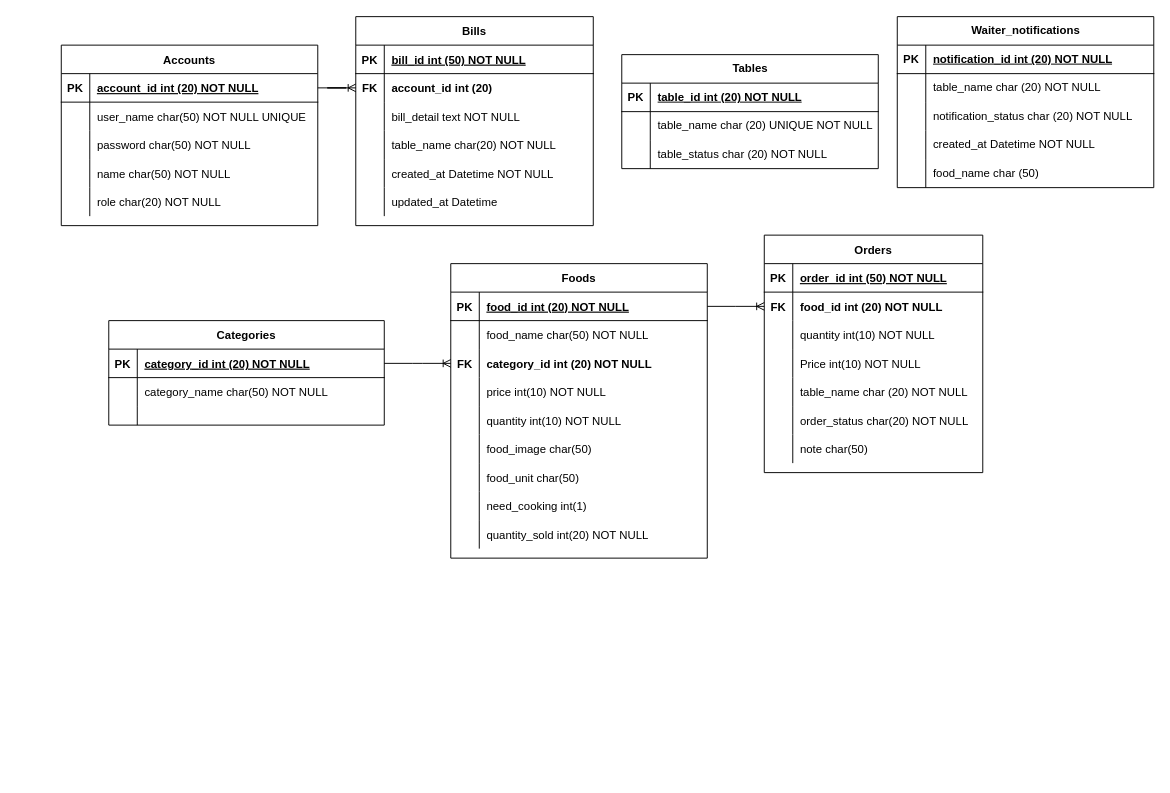
This is Database.drawio from damvuong02/DoAnDocument, a draw.io file, before an edit. Source tidied: cells renumbered, new cells numbered last; positions are measured from the earlier drawing's top-left corner, leaving out a move shared by most shapes. Both pictures are drawn from the tidied source at 95%, with x=0, y=0 at pixel (61, -207).
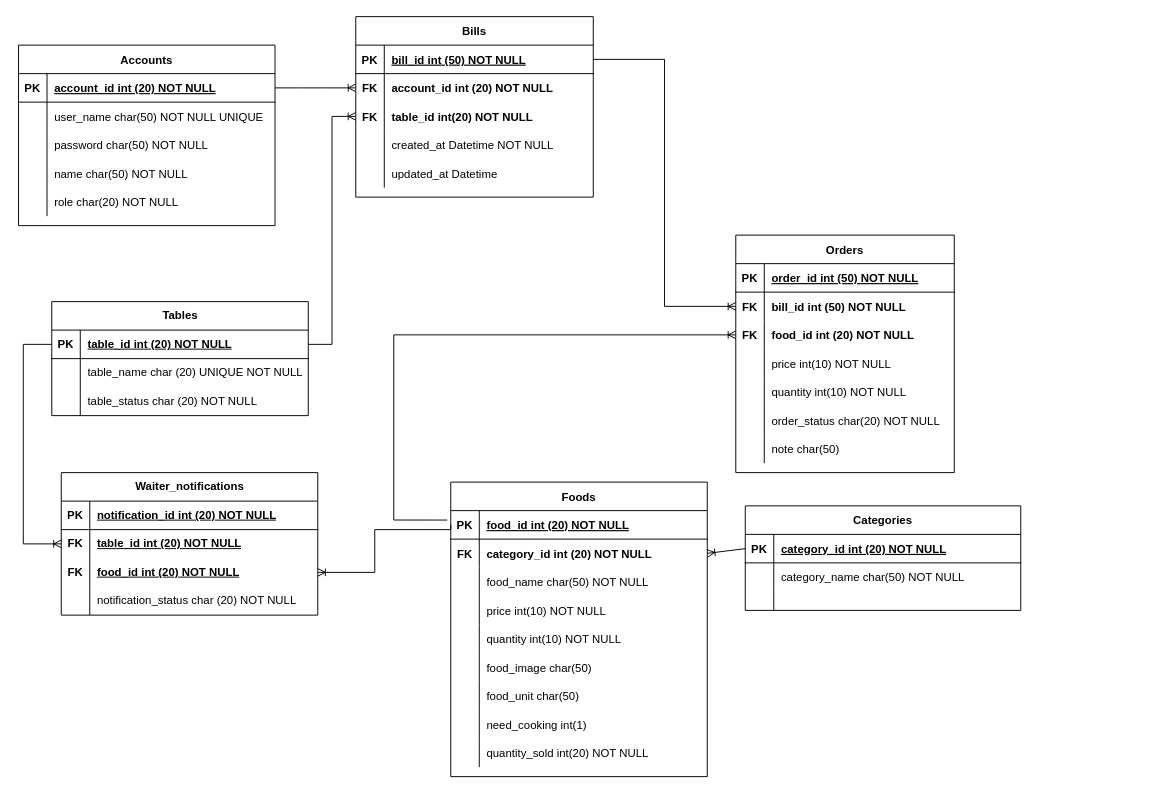
After the change.

The change refers to these unchanged cells:
```xml
<mxCell id="19" style="shape=partialRectangle;fillColor=none;points=[[0,0.5],[1,0.5]];portConstraint=eastwest;top=0;left=0;right=0;bottom=1;" parent="18" vertex="1">
  <mxGeometry y="30" width="290" height="30" as="geometry" />
</mxCell>
<mxCell id="29" style="shape=partialRectangle;fillColor=none;points=[[0,0.5],[1,0.5]];portConstraint=eastwest;top=0;left=0;right=0;bottom=1;" parent="28" vertex="1">
  <mxGeometry y="30" width="270" height="30" as="geometry" />
</mxCell>
<mxCell id="32" style="shape=partialRectangle;fillColor=none;points=[[0,0.5],[1,0.5]];portConstraint=eastwest;top=0;left=0;right=0;bottom=0;" parent="28" vertex="1">
  <mxGeometry y="60" width="270" height="30" as="geometry" />
</mxCell>
<mxCell id="35" style="shape=partialRectangle;fillColor=none;points=[[0,0.5],[1,0.5]];portConstraint=eastwest;top=0;left=0;right=0;bottom=0;" parent="28" vertex="1">
  <mxGeometry y="90" width="270" height="30" as="geometry" />
</mxCell>
<mxCell id="58" style="shape=partialRectangle;fillColor=none;points=[[0,0.5],[1,0.5]];portConstraint=eastwest;top=0;left=0;right=0;bottom=1;" parent="57" vertex="1">
  <mxGeometry y="30" width="250" height="30" as="geometry" />
</mxCell>
<mxCell id="61" style="shape=partialRectangle;fillColor=none;points=[[0,0.5],[1,0.5]];portConstraint=eastwest;top=0;left=0;right=0;bottom=0;" parent="57" vertex="1">
  <mxGeometry y="60" width="250" height="30" as="geometry" />
</mxCell>
<mxCell id="64" style="shape=partialRectangle;fillColor=none;points=[[0,0.5],[1,0.5]];portConstraint=eastwest;top=0;left=0;right=0;bottom=0;" parent="57" vertex="1">
  <mxGeometry y="90" width="250" height="30" as="geometry" />
</mxCell>
<mxCell id="78" style="shape=tableRow;horizontal=0;startSize=0;swimlaneHead=0;swimlaneBody=0;fillColor=none;points=[[0,0.5],[1,0.5]];portConstraint=eastwest;top=0;left=0;right=0;bottom=1;" parent="77" vertex="1">
  <mxGeometry y="30" width="270" height="30" as="geometry" />
</mxCell>
<mxCell id="91" style="shape=partialRectangle;fillColor=none;points=[[0,0.5],[1,0.5]];portConstraint=eastwest;top=0;left=0;right=0;bottom=0;" parent="87" vertex="1">
  <mxGeometry y="60" width="230" height="30" as="geometry" />
</mxCell>
<mxCell id="94" style="shape=partialRectangle;fillColor=none;points=[[0,0.5],[1,0.5]];portConstraint=eastwest;top=0;left=0;right=0;bottom=0;" parent="87" vertex="1">
  <mxGeometry y="90" width="230" height="30" as="geometry" />
</mxCell>
<mxCell id="97" style="shape=partialRectangle;fillColor=none;top=0;left=0;right=0;bottom=0;" parent="87" vertex="1">
  <mxGeometry y="120" width="230" height="30" as="geometry" />
</mxCell>
<mxCell id="114" style="shape=tableRow;horizontal=0;startSize=0;swimlaneHead=0;swimlaneBody=0;fillColor=none;points=[[0,0.5],[1,0.5]];portConstraint=eastwest;top=0;left=0;right=0;bottom=0;" parent="110" vertex="1">
  <mxGeometry y="60" width="270" height="30" as="geometry" />
</mxCell>
<mxCell id="117" style="shape=tableRow;horizontal=0;startSize=0;swimlaneHead=0;swimlaneBody=0;fillColor=none;points=[[0,0.5],[1,0.5]];portConstraint=eastwest;top=0;left=0;right=0;bottom=0;" parent="110" vertex="1">
  <mxGeometry y="90" width="270" height="30" as="geometry" />
</mxCell>
<mxCell id="120" style="shape=tableRow;horizontal=0;startSize=0;swimlaneHead=0;swimlaneBody=0;fillColor=none;top=0;left=0;right=0;bottom=0;" parent="110" vertex="1">
  <mxGeometry y="120" width="270" height="30" as="geometry" />
</mxCell>
```

Diff of the diagram source:
```diff
@@
     <mxCell id="2" value="Accounts" style="shape=table;startSize=30;childLayout=tableLayout;rowLines=0;fontStyle=1;align=center;" parent="1" vertex="1">
-      <mxGeometry y="265" width="270" height="190" as="geometry" />
+      <mxGeometry x="-45" y="265" width="270" height="190" as="geometry" />
     </mxCell>
@@
     <mxCell id="18" value="Categories" style="shape=table;startSize=30;childLayout=tableLayout;rowLines=0;fontStyle=1;align=center;" parent="1" vertex="1">
-      <mxGeometry x="50" y="555" width="290" height="110" as="geometry" />
+      <mxGeometry x="720" y="750" width="290" height="110" as="geometry" />
     </mxCell>
@@
     <mxCell id="28" value="Foods" style="shape=table;startSize=30;childLayout=tableLayout;rowLines=0;fontStyle=1;align=center;" parent="1" vertex="1">
-      <mxGeometry x="410" y="495" width="270" height="310" as="geometry" />
+      <mxGeometry x="410" y="725" width="270" height="310" as="geometry" />
     </mxCell>
@@
-    <mxCell id="33" style="shape=partialRectangle;overflow=hidden;fillColor=none;top=0;left=0;bottom=0;right=0;" parent="32" vertex="1">
+    <mxCell id="33" value="FK" style="shape=partialRectangle;overflow=hidden;fillColor=none;top=0;left=0;bottom=0;right=0;fontStyle=1;" parent="32" vertex="1">
       <mxGeometry width="30" height="30" as="geometry" />
     </mxCell>
-    <mxCell id="34" value="food_name char(50) NOT NULL" style="shape=partialRectangle;overflow=hidden;fillColor=none;top=0;left=0;bottom=0;right=0;align=left;spacingLeft=6;" parent="32" vertex="1">
+    <mxCell id="34" value="category_id int (20) NOT NULL" style="shape=partialRectangle;overflow=hidden;fillColor=none;top=0;left=0;bottom=0;right=0;align=left;spacingLeft=6;fontStyle=1;" parent="32" vertex="1">
       <mxGeometry x="30" width="240" height="30" as="geometry" />
     </mxCell>
@@
-    <mxCell id="36" value="FK" style="shape=partialRectangle;overflow=hidden;fillColor=none;top=0;left=0;bottom=0;right=0;fontStyle=1;" parent="35" vertex="1">
+    <mxCell id="36" style="shape=partialRectangle;overflow=hidden;fillColor=none;top=0;left=0;bottom=0;right=0;fontStyle=1;" parent="35" vertex="1">
       <mxGeometry width="30" height="30" as="geometry" />
     </mxCell>
-    <mxCell id="37" value="category_id int (20) NOT NULL" style="shape=partialRectangle;overflow=hidden;fillColor=none;top=0;left=0;bottom=0;right=0;align=left;spacingLeft=6;fontStyle=1;" parent="35" vertex="1">
+    <mxCell id="37" value="food_name char(50) NOT NULL" style="shape=partialRectangle;overflow=hidden;fillColor=none;top=0;left=0;bottom=0;right=0;align=left;spacingLeft=6;fontStyle=0;" parent="35" vertex="1">
       <mxGeometry x="30" width="240" height="30" as="geometry" />
     </mxCell>
@@
-    <mxCell id="56" style="edgeStyle=entityRelationEdgeStyle;fontSize=12;html=1;endArrow=ERoneToMany;rounded=0;exitX=1;exitY=0.5;exitDx=0;exitDy=0;entryX=0;entryY=0.5;entryDx=0;entryDy=0;" parent="1" edge="1" source="19" target="35">
-      <mxGeometry relative="1" as="geometry">
-        <Array as="points">
-          <mxPoint x="360" y="735" />
-        </Array>
-      </mxGeometry>
-    </mxCell>
     <mxCell id="57" value="Bills" style="shape=table;startSize=30;childLayout=tableLayout;rowLines=0;fontStyle=1;align=center;" parent="1" vertex="1">
-      <mxGeometry x="310" y="235" width="250" height="220" as="geometry" />
+      <mxGeometry x="310" y="235" width="250" height="190" as="geometry" />
     </mxCell>
@@
-    <mxCell id="63" value="account_id int (20)" style="shape=partialRectangle;overflow=hidden;fillColor=none;top=0;left=0;bottom=0;right=0;align=left;spacingLeft=6;fontStyle=1;" parent="61" vertex="1">
+    <mxCell id="63" value="account_id int (20) NOT NULL" style="shape=partialRectangle;overflow=hidden;fillColor=none;top=0;left=0;bottom=0;right=0;align=left;spacingLeft=6;fontStyle=1;" parent="61" vertex="1">
       <mxGeometry x="30" width="220" height="30" as="geometry" />
     </mxCell>
@@
-    <mxCell id="65" style="shape=partialRectangle;overflow=hidden;fillColor=none;top=0;left=0;bottom=0;right=0;" parent="64" vertex="1">
+    <mxCell id="65" value="FK" style="shape=partialRectangle;overflow=hidden;fillColor=none;top=0;left=0;bottom=0;right=0;fontStyle=1;" parent="64" vertex="1">
       <mxGeometry width="30" height="30" as="geometry" />
     </mxCell>
-    <mxCell id="66" value="bill_detail text NOT NULL" style="shape=partialRectangle;overflow=hidden;fillColor=none;top=0;left=0;bottom=0;right=0;align=left;spacingLeft=6;" parent="64" vertex="1">
+    <mxCell id="66" value="table_id int(20) NOT NULL" style="shape=partialRectangle;overflow=hidden;fillColor=none;top=0;left=0;bottom=0;right=0;align=left;spacingLeft=6;fontStyle=1;" parent="64" vertex="1">
       <mxGeometry x="30" width="220" height="30" as="geometry" />
     </mxCell>
-    <mxCell id="67" style="shape=partialRectangle;fillColor=none;top=0;left=0;right=0;bottom=0;" parent="57" vertex="1">
-      <mxGeometry y="120" width="250" height="30" as="geometry" />
-    </mxCell>
-    <mxCell id="68" style="shape=partialRectangle;overflow=hidden;fillColor=none;top=0;left=0;bottom=0;right=0;fontStyle=1;" parent="67" vertex="1">
-      <mxGeometry width="30" height="30" as="geometry" />
-    </mxCell>
-    <mxCell id="69" value="table_name char(20) NOT NULL" style="shape=partialRectangle;overflow=hidden;fillColor=none;top=0;left=0;bottom=0;right=0;align=left;spacingLeft=6;fontStyle=0;" parent="67" vertex="1">
-      <mxGeometry x="30" width="220" height="30" as="geometry" />
-    </mxCell>
     <mxCell id="70" style="shape=partialRectangle;fillColor=none;top=0;left=0;right=0;bottom=0;" parent="57" vertex="1">
-      <mxGeometry y="150" width="250" height="30" as="geometry" />
+      <mxGeometry y="120" width="250" height="30" as="geometry" />
     </mxCell>
@@
     <mxCell id="73" style="shape=partialRectangle;fillColor=none;top=0;left=0;right=0;bottom=0;" parent="57" vertex="1">
-      <mxGeometry y="180" width="250" height="30" as="geometry" />
+      <mxGeometry y="150" width="250" height="30" as="geometry" />
     </mxCell>
@@
     <mxCell id="77" value="Tables" style="shape=table;startSize=30;childLayout=tableLayout;rowLines=0;fontStyle=1;align=center;html=1;" parent="1" vertex="1">
-      <mxGeometry x="590" y="275" width="270" height="120" as="geometry" />
+      <mxGeometry x="-10" y="535" width="270" height="120" as="geometry" />
     </mxCell>
@@
     <mxCell id="87" value="Orders" style="shape=table;startSize=30;childLayout=tableLayout;rowLines=0;fontStyle=1;align=center;" parent="1" vertex="1">
-      <mxGeometry x="740" y="465" width="230" height="250" as="geometry" />
+      <mxGeometry x="710" y="465" width="230" height="250" as="geometry" />
     </mxCell>
@@
-    <mxCell id="93" value="food_id int (20) NOT NULL" style="shape=partialRectangle;overflow=hidden;fillColor=none;top=0;left=0;bottom=0;right=0;align=left;spacingLeft=6;fontStyle=1;" parent="91" vertex="1">
+    <mxCell id="93" value="bill_id int (50) NOT NULL" style="shape=partialRectangle;overflow=hidden;fillColor=none;top=0;left=0;bottom=0;right=0;align=left;spacingLeft=6;fontStyle=1;" parent="91" vertex="1">
       <mxGeometry x="30" width="200" height="30" as="geometry" />
     </mxCell>
@@
-    <mxCell id="95" style="shape=partialRectangle;overflow=hidden;fillColor=none;top=0;left=0;bottom=0;right=0;" parent="94" vertex="1">
+    <mxCell id="95" value="FK" style="shape=partialRectangle;overflow=hidden;fillColor=none;top=0;left=0;bottom=0;right=0;fontStyle=1;" parent="94" vertex="1">
       <mxGeometry width="30" height="30" as="geometry" />
     </mxCell>
-    <mxCell id="96" value="quantity int(10) NOT NULL" style="shape=partialRectangle;overflow=hidden;fillColor=none;top=0;left=0;bottom=0;right=0;align=left;spacingLeft=6;" parent="94" vertex="1">
+    <mxCell id="96" value="food_id int (20) NOT NULL" style="shape=partialRectangle;overflow=hidden;fillColor=none;top=0;left=0;bottom=0;right=0;align=left;spacingLeft=6;fontStyle=1;" parent="94" vertex="1">
       <mxGeometry x="30" width="200" height="30" as="geometry" />
     </mxCell>
@@
-    <mxCell id="99" value="Price int(10) NOT NULL" style="shape=partialRectangle;overflow=hidden;fillColor=none;top=0;left=0;bottom=0;right=0;align=left;spacingLeft=6;" parent="97" vertex="1">
+    <mxCell id="99" value="price int(10) NOT NULL" style="shape=partialRectangle;overflow=hidden;fillColor=none;top=0;left=0;bottom=0;right=0;align=left;spacingLeft=6;" parent="97" vertex="1">
       <mxGeometry x="30" width="200" height="30" as="geometry" />
     </mxCell>
-    <mxCell id="100" style="shape=partialRectangle;fillColor=none;top=0;left=0;right=0;bottom=0;" parent="87" vertex="1">
-      <mxGeometry y="150" width="230" height="30" as="geometry" />
-    </mxCell>
-    <mxCell id="101" style="shape=partialRectangle;overflow=hidden;fillColor=none;top=0;left=0;bottom=0;right=0;fontStyle=1;" parent="100" vertex="1">
-      <mxGeometry width="30" height="30" as="geometry" />
-    </mxCell>
-    <mxCell id="102" value="table_name char (20) NOT NULL" style="shape=partialRectangle;overflow=hidden;fillColor=none;top=0;left=0;bottom=0;right=0;align=left;spacingLeft=6;fontStyle=0;" parent="100" vertex="1">
-      <mxGeometry x="30" width="200" height="30" as="geometry" />
-    </mxCell>
     <mxCell id="103" style="shape=partialRectangle;fillColor=none;top=0;left=0;right=0;bottom=0;" parent="87" vertex="1">
-      <mxGeometry y="180" width="230" height="30" as="geometry" />
+      <mxGeometry y="150" width="230" height="30" as="geometry" />
     </mxCell>
@@
-    <mxCell id="105" value="order_status char(20) NOT NULL" style="shape=partialRectangle;overflow=hidden;fillColor=none;top=0;left=0;bottom=0;right=0;align=left;spacingLeft=6;" parent="103" vertex="1">
+    <mxCell id="105" value="quantity int(10) NOT NULL" style="shape=partialRectangle;overflow=hidden;fillColor=none;top=0;left=0;bottom=0;right=0;align=left;spacingLeft=6;" parent="103" vertex="1">
       <mxGeometry x="30" width="200" height="30" as="geometry" />
     </mxCell>
     <mxCell id="106" style="shape=partialRectangle;fillColor=none;top=0;left=0;right=0;bottom=0;" parent="87" vertex="1">
-      <mxGeometry y="210" width="230" height="30" as="geometry" />
+      <mxGeometry y="180" width="230" height="30" as="geometry" />
     </mxCell>
@@
-    <mxCell id="108" value="note char(50) " style="shape=partialRectangle;overflow=hidden;fillColor=none;top=0;left=0;bottom=0;right=0;align=left;spacingLeft=6;" parent="106" vertex="1">
+    <mxCell id="108" value="order_status char(20) NOT NULL" style="shape=partialRectangle;overflow=hidden;fillColor=none;top=0;left=0;bottom=0;right=0;align=left;spacingLeft=6;" parent="106" vertex="1">
       <mxGeometry x="30" width="200" height="30" as="geometry" />
     </mxCell>
-    <mxCell id="109" style="edgeStyle=entityRelationEdgeStyle;fontSize=12;html=1;endArrow=ERoneToMany;rounded=0;exitX=1;exitY=0.5;exitDx=0;exitDy=0;entryX=0;entryY=0.5;entryDx=0;entryDy=0;" parent="1" edge="1" source="29" target="91">
-      <mxGeometry relative="1" as="geometry" />
-    </mxCell>
+    <mxCell id="126" style="shape=partialRectangle;fillColor=none;top=0;left=0;right=0;bottom=0;" parent="87" vertex="1">
+      <mxGeometry y="210" width="230" height="30" as="geometry" />
+    </mxCell>
+    <mxCell id="127" style="shape=partialRectangle;overflow=hidden;fillColor=none;top=0;left=0;bottom=0;right=0;fontStyle=1;" parent="126" vertex="1">
+      <mxGeometry width="30" height="30" as="geometry" />
+    </mxCell>
+    <mxCell id="128" value="note char(50) " style="shape=partialRectangle;overflow=hidden;fillColor=none;top=0;left=0;bottom=0;right=0;align=left;spacingLeft=6;fontStyle=0;" parent="126" vertex="1">
+      <mxGeometry x="30" width="200" height="30" as="geometry" />
+    </mxCell>
     <mxCell id="110" value="Waiter_notifications" style="shape=table;startSize=30;childLayout=tableLayout;rowLines=0;fontStyle=1;align=center;html=1;" parent="1" vertex="1">
-      <mxGeometry x="880" y="235" width="270" height="180" as="geometry" />
+      <mxGeometry y="715" width="270" height="150" as="geometry" />
     </mxCell>
@@
-    <mxCell id="115" style="shape=partialRectangle;fillColor=none;top=0;left=0;bottom=0;right=0;overflow=hidden;whiteSpace=wrap;html=1;" parent="114" vertex="1">
+    <mxCell id="115" value="&lt;b&gt;FK&lt;/b&gt;" style="shape=partialRectangle;fillColor=none;top=0;left=0;bottom=0;right=0;overflow=hidden;whiteSpace=wrap;html=1;" parent="114" vertex="1">
       <mxGeometry width="30" height="30" as="geometry" />
     </mxCell>
-    <mxCell id="116" value="table_name char (20) NOT NULL" style="shape=partialRectangle;fillColor=none;top=0;left=0;bottom=0;right=0;align=left;spacingLeft=6;overflow=hidden;whiteSpace=wrap;html=1;" parent="114" vertex="1">
+    <mxCell id="116" value="&lt;span style=&quot;font-weight: 700; text-wrap: nowrap; text-decoration-line: underline;&quot;&gt;table_id int (20) NOT NULL&lt;/span&gt;" style="shape=partialRectangle;fillColor=none;top=0;left=0;bottom=0;right=0;align=left;spacingLeft=6;overflow=hidden;whiteSpace=wrap;html=1;" parent="114" vertex="1">
       <mxGeometry x="30" width="240" height="30" as="geometry" />
     </mxCell>
@@
-    <mxCell id="118" style="shape=partialRectangle;fillColor=none;top=0;left=0;bottom=0;right=0;overflow=hidden;whiteSpace=wrap;html=1;" parent="117" vertex="1">
+    <mxCell id="118" value="&lt;b&gt;FK&lt;/b&gt;" style="shape=partialRectangle;fillColor=none;top=0;left=0;bottom=0;right=0;overflow=hidden;whiteSpace=wrap;html=1;" parent="117" vertex="1">
       <mxGeometry width="30" height="30" as="geometry" />
     </mxCell>
-    <mxCell id="119" value="notification_status char (20) NOT NULL" style="shape=partialRectangle;fillColor=none;top=0;left=0;bottom=0;right=0;align=left;spacingLeft=6;overflow=hidden;whiteSpace=wrap;html=1;" parent="117" vertex="1">
+    <mxCell id="119" value="&lt;span style=&quot;font-weight: 700; text-wrap: nowrap; text-decoration-line: underline;&quot;&gt;food_id int (20) NOT NULL&lt;/span&gt;" style="shape=partialRectangle;fillColor=none;top=0;left=0;bottom=0;right=0;align=left;spacingLeft=6;overflow=hidden;whiteSpace=wrap;html=1;" parent="117" vertex="1">
       <mxGeometry x="30" width="240" height="30" as="geometry" />
     </mxCell>
@@
-    <mxCell id="122" value="&lt;span style=&quot;text-wrap: nowrap;&quot;&gt;created_at Datetime NOT NULL&lt;/span&gt;" style="shape=partialRectangle;fillColor=none;top=0;left=0;bottom=0;right=0;align=left;spacingLeft=6;overflow=hidden;whiteSpace=wrap;html=1;" parent="120" vertex="1">
+    <mxCell id="122" value="notification_status char (20) NOT NULL" style="shape=partialRectangle;fillColor=none;top=0;left=0;bottom=0;right=0;align=left;spacingLeft=6;overflow=hidden;whiteSpace=wrap;html=1;" parent="120" vertex="1">
       <mxGeometry x="30" width="240" height="30" as="geometry" />
     </mxCell>
-    <mxCell id="123" style="shape=tableRow;horizontal=0;startSize=0;swimlaneHead=0;swimlaneBody=0;fillColor=none;top=0;left=0;right=0;bottom=0;" parent="110" vertex="1">
-      <mxGeometry y="150" width="270" height="30" as="geometry" />
-    </mxCell>
-    <mxCell id="124" style="shape=partialRectangle;fillColor=none;top=0;left=0;bottom=0;right=0;overflow=hidden;whiteSpace=wrap;html=1;" parent="123" vertex="1">
-      <mxGeometry width="30" height="30" as="geometry" />
-    </mxCell>
-    <mxCell id="125" value="food_name char (50)" style="shape=partialRectangle;fillColor=none;top=0;left=0;bottom=0;right=0;align=left;spacingLeft=6;overflow=hidden;whiteSpace=wrap;html=1;" parent="123" vertex="1">
-      <mxGeometry x="30" width="240" height="30" as="geometry" />
-    </mxCell>
+    <mxCell id="129" style="edgeStyle=orthogonalEdgeStyle;fontSize=12;html=1;endArrow=ERoneToMany;rounded=0;entryX=0;entryY=0.5;entryDx=0;entryDy=0;exitX=1;exitY=0.5;exitDx=0;exitDy=0;" parent="1" edge="1" source="78" target="64">
+      <mxGeometry relative="1" as="geometry" />
+    </mxCell>
+    <mxCell id="130" style="edgeStyle=orthogonalEdgeStyle;fontSize=12;html=1;endArrow=ERoneToMany;rounded=0;entryX=0;entryY=0.5;entryDx=0;entryDy=0;exitX=0;exitY=0.5;exitDx=0;exitDy=0;" parent="1" edge="1" source="78" target="114">
+      <mxGeometry relative="1" as="geometry">
+        <Array as="points">
+          <mxPoint x="-40" y="580" />
+          <mxPoint x="-40" y="790" />
+        </Array>
+      </mxGeometry>
+    </mxCell>
+    <mxCell id="131" style="edgeStyle=orthogonalEdgeStyle;fontSize=12;html=1;endArrow=ERoneToMany;rounded=0;entryX=1;entryY=0.5;entryDx=0;entryDy=0;exitX=0;exitY=0.5;exitDx=0;exitDy=0;" parent="1" edge="1" source="29" target="117">
+      <mxGeometry relative="1" as="geometry">
+        <Array as="points">
+          <mxPoint x="410" y="775" />
+          <mxPoint x="330" y="775" />
+          <mxPoint x="330" y="820" />
+        </Array>
+      </mxGeometry>
+    </mxCell>
+    <mxCell id="132" style="edgeStyle=orthogonalEdgeStyle;fontSize=12;html=1;endArrow=ERoneToMany;rounded=0;exitX=-0.014;exitY=0.331;exitDx=0;exitDy=0;exitPerimeter=0;entryX=0;entryY=0.5;entryDx=0;entryDy=0;" parent="1" edge="1" source="29" target="94">
+      <mxGeometry relative="1" as="geometry">
+        <Array as="points">
+          <mxPoint x="350" y="765" />
+          <mxPoint x="350" y="570" />
+        </Array>
+      </mxGeometry>
+    </mxCell>
+    <mxCell id="133" style="edgeStyle=orthogonalEdgeStyle;fontSize=12;html=1;endArrow=ERoneToMany;rounded=0;entryX=0;entryY=0.5;entryDx=0;entryDy=0;exitX=1;exitY=0.5;exitDx=0;exitDy=0;" parent="1" edge="1" source="58" target="91">
+      <mxGeometry relative="1" as="geometry" />
+    </mxCell>
+    <mxCell id="134" style="fontSize=12;html=1;endArrow=ERoneToMany;rounded=0;entryX=1;entryY=0.5;entryDx=0;entryDy=0;exitX=0;exitY=0.5;exitDx=0;exitDy=0;" parent="1" edge="1" source="19" target="32">
+      <mxGeometry relative="1" as="geometry" />
+    </mxCell>
```
